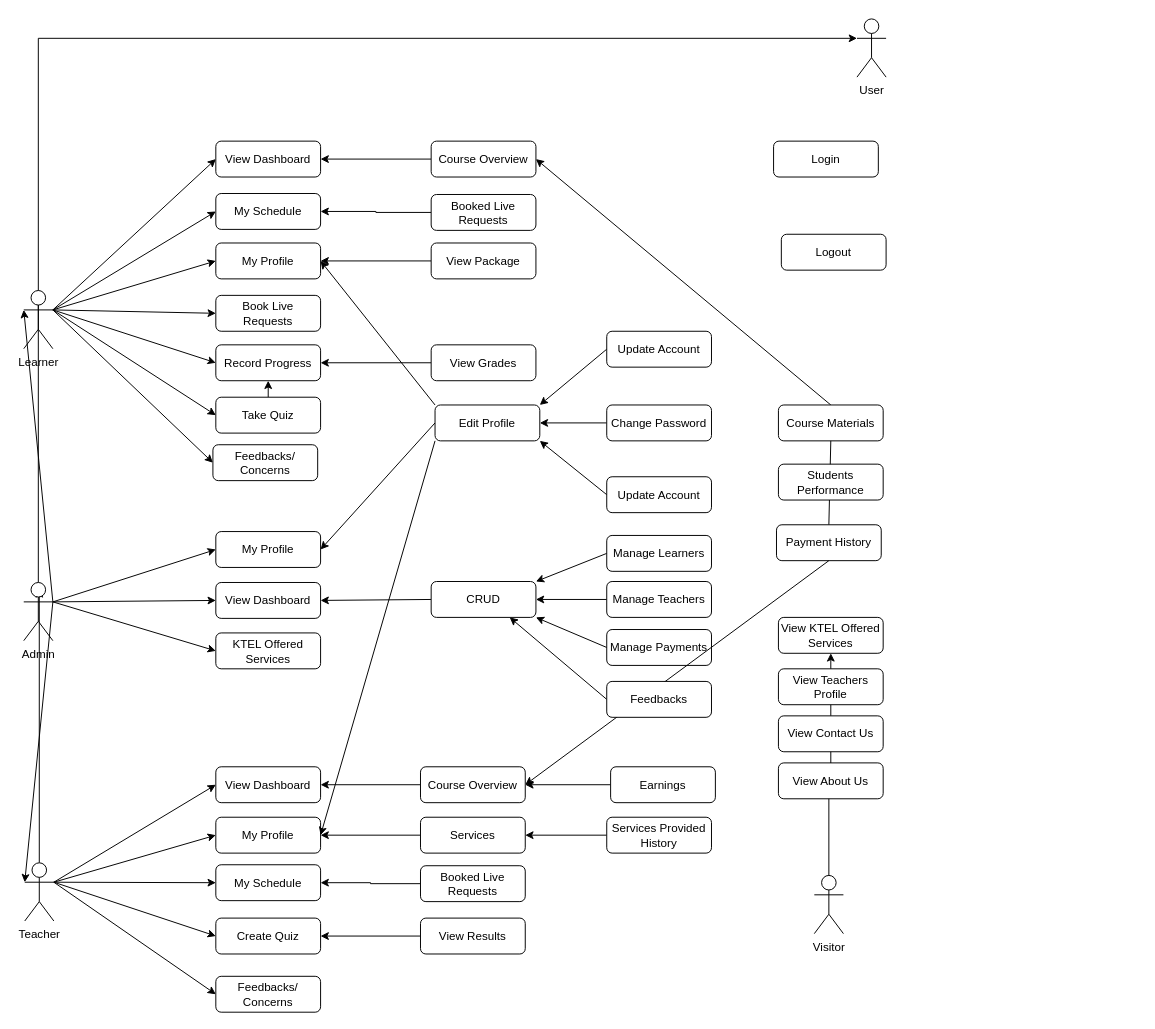
This is page "Use Case Diagram" (11 of 11) of Untitled Diagram.drawio from Nashciong/JavaCodes, a draw.io file, before an edit. Source tidied: cells renumbered, new cells numbered last; positions are measured from the earlier drawing's top-left corner, leaving out a move shared by most shapes. Both pictures are drawn from the tidied source at 97%, with x=0, y=0 at pixel (23, 18).
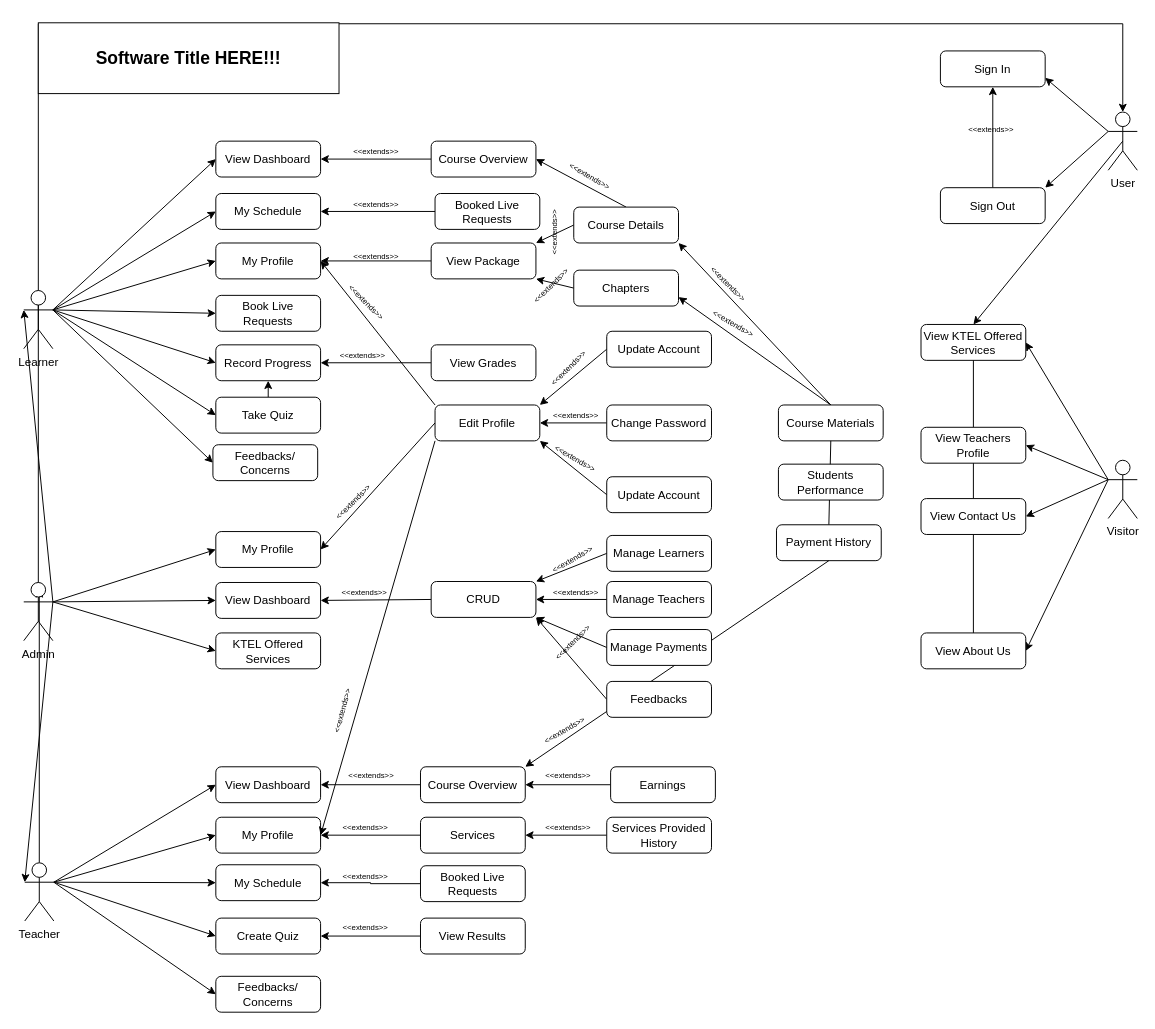
Above is the later version.

Unchanged cells that the change refers to:
```xml
<mxCell id="46" value="CRUD" style="rounded=1;whiteSpace=wrap;html=1;" parent="1" vertex="1">
  <mxGeometry x="420" y="580" width="108" height="37" as="geometry" />
</mxCell>
<mxCell id="59" value="Course Overview" style="rounded=1;whiteSpace=wrap;html=1;" parent="1" vertex="1">
  <mxGeometry x="420" y="126" width="108" height="37" as="geometry" />
</mxCell>
<mxCell id="60" value="Course Materials" style="rounded=1;whiteSpace=wrap;html=1;" parent="1" vertex="1">
  <mxGeometry x="778" y="398" width="108" height="37" as="geometry" />
</mxCell>
<mxCell id="63" value="Payment History" style="rounded=1;whiteSpace=wrap;html=1;" parent="1" vertex="1">
  <mxGeometry x="776" y="521.5" width="108" height="37" as="geometry" />
</mxCell>
<mxCell id="66" value="Course Overview" style="rounded=1;whiteSpace=wrap;html=1;" parent="1" vertex="1">
  <mxGeometry x="409" y="771" width="108" height="37" as="geometry" />
</mxCell>
<mxCell id="71" value="View Package" style="rounded=1;whiteSpace=wrap;html=1;" parent="1" vertex="1">
  <mxGeometry x="420" y="231" width="108" height="37" as="geometry" />
</mxCell>
<mxCell id="90" value="Feedbacks" style="rounded=1;whiteSpace=wrap;html=1;" parent="1" vertex="1">
  <mxGeometry x="601" y="683" width="108" height="37" as="geometry" />
</mxCell>
<mxCell id="93" value="Admin" style="shape=umlActor;verticalLabelPosition=bottom;verticalAlign=top;html=1;outlineConnect=0;" parent="1" vertex="1">
  <mxGeometry y="581" width="30" height="60" as="geometry" />
</mxCell>
```

Diff of the diagram source:
```diff
@@
+    <mxCell id="95" style="edgeStyle=orthogonalEdgeStyle;rounded=0;jettySize=auto;html=1;exitX=0.5;exitY=0;exitDx=0;exitDy=0;entryX=0.5;entryY=1;entryDx=0;entryDy=0;" parent="1" edge="1" source="92" target="91">
+      <mxGeometry relative="1" as="geometry" />
+    </mxCell>
+    <mxCell id="96" style="endArrow=none;html=1;rounded=0;exitX=0.5;exitY=1;exitDx=0;exitDy=0;entryX=0.5;entryY=0;entryDx=0;entryDy=0;" parent="1" edge="1" source="75" target="76">
+      <mxGeometry relative="1" as="geometry" />
+    </mxCell>
+    <mxCell id="72" style="rounded=0;jettySize=auto;html=1;exitX=0;exitY=0.3333333333333333;exitDx=0;exitDy=0;exitPerimeter=0;entryX=1;entryY=0.5;entryDx=0;entryDy=0;" parent="1" edge="1" source="2" target="73">
+      <mxGeometry relative="1" as="geometry" />
+    </mxCell>
+    <mxCell id="97" style="rounded=0;jettySize=auto;html=1;exitX=0;exitY=0.3333333333333333;exitDx=0;exitDy=0;exitPerimeter=0;entryX=1;entryY=0.5;entryDx=0;entryDy=0;" parent="1" edge="1" source="2" target="74">
+      <mxGeometry relative="1" as="geometry" />
+    </mxCell>
+    <mxCell id="98" style="rounded=0;jettySize=auto;html=1;exitX=0;exitY=0.3333333333333333;exitDx=0;exitDy=0;exitPerimeter=0;entryX=1;entryY=0.5;entryDx=0;entryDy=0;" parent="1" edge="1" source="2" target="75">
+      <mxGeometry relative="1" as="geometry" />
+    </mxCell>
+    <mxCell id="99" style="rounded=0;jettySize=auto;html=1;exitX=0;exitY=0.3333333333333333;exitDx=0;exitDy=0;exitPerimeter=0;entryX=1;entryY=0.5;entryDx=0;entryDy=0;" parent="1" edge="1" source="2" target="76">
+      <mxGeometry relative="1" as="geometry" />
+    </mxCell>
     <mxCell id="2" value="Visitor" style="shape=umlActor;verticalLabelPosition=bottom;verticalAlign=top;html=1;outlineConnect=0;" parent="1" vertex="1">
-      <mxGeometry x="815" y="883" width="30" height="60" as="geometry" />
+      <mxGeometry x="1118" y="455" width="30" height="60" as="geometry" />
     </mxCell>
@@
-    <mxCell id="13" style="edgeStyle=orthogonalEdgeStyle;rounded=0;jettySize=auto;html=1;exitX=0.5;exitY=0;exitDx=0;exitDy=0;exitPerimeter=0;entryX=0;entryY=0.3333333333333333;entryDx=0;entryDy=0;entryPerimeter=0;" parent="1" edge="1" source="93" target="94">
-      <mxGeometry relative="1" as="geometry" />
+    <mxCell id="13" style="edgeStyle=orthogonalEdgeStyle;rounded=0;jettySize=auto;html=1;exitX=0.5;exitY=0;exitDx=0;exitDy=0;exitPerimeter=0;entryX=0.5;entryY=0;entryDx=0;entryDy=0;entryPerimeter=0;" parent="1" edge="1" target="94">
+      <mxGeometry relative="1" as="geometry">
+        <mxPoint x="15" y="582" as="sourcePoint" />
+        <Array as="points">
+          <mxPoint x="15" y="5" />
+          <mxPoint x="1133" y="5" />
+        </Array>
+      </mxGeometry>
     </mxCell>
@@
-    <mxCell id="50" value="Manage Payments" style="rounded=1;whiteSpace=wrap;html=1;" parent="1" vertex="1">
-      <mxGeometry x="601" y="629.5" width="108" height="37" as="geometry" />
-    </mxCell>
@@
-    <mxCell id="58" style="rounded=0;jettySize=auto;html=1;exitX=0.5;exitY=0;exitDx=0;exitDy=0;entryX=1;entryY=0.5;entryDx=0;entryDy=0;" parent="1" edge="1" source="60" target="59">
-      <mxGeometry relative="1" as="geometry" />
-    </mxCell>
@@
+    <mxCell id="100" style="rounded=0;jettySize=auto;html=1;exitX=0.5;exitY=0;exitDx=0;exitDy=0;entryX=1;entryY=1;entryDx=0;entryDy=0;" parent="1" edge="1" source="60" target="107">
+      <mxGeometry relative="1" as="geometry" />
+    </mxCell>
+    <mxCell id="101" style="rounded=0;jettySize=auto;html=1;exitX=0.5;exitY=0;exitDx=0;exitDy=0;entryX=1;entryY=0.75;entryDx=0;entryDy=0;" parent="1" edge="1" source="60" target="109">
+      <mxGeometry relative="1" as="geometry" />
+    </mxCell>
@@
+    <mxCell id="65" style="rounded=0;jettySize=auto;html=1;exitX=0.5;exitY=1;exitDx=0;exitDy=0;entryX=1;entryY=0;entryDx=0;entryDy=0;" parent="1" edge="1" source="63" target="66">
+      <mxGeometry relative="1" as="geometry" />
+    </mxCell>
@@
-    <mxCell id="65" style="rounded=0;jettySize=auto;html=1;exitX=0.5;exitY=1;exitDx=0;exitDy=0;entryX=1;entryY=0.5;entryDx=0;entryDy=0;" parent="1" edge="1" source="63" target="66">
-      <mxGeometry relative="1" as="geometry" />
-    </mxCell>
@@
-    <mxCell id="72" style="edgeStyle=orthogonalEdgeStyle;rounded=0;jettySize=auto;html=1;exitX=0.5;exitY=0;exitDx=0;exitDy=0;entryX=0.5;entryY=1;entryDx=0;entryDy=0;exitPerimeter=0;" parent="1" edge="1" source="2" target="73">
-      <mxGeometry relative="1" as="geometry" />
-    </mxCell>
+    <mxCell id="102" style="rounded=0;jettySize=auto;html=1;exitX=0.5;exitY=0.5;exitDx=0;exitDy=0;entryX=0.5;entryY=0;entryDx=0;entryDy=0;exitPerimeter=0;" parent="1" edge="1" source="94" target="73">
+      <mxGeometry relative="1" as="geometry" />
+    </mxCell>
     <mxCell id="73" value="View KTEL Offered Services" style="rounded=1;whiteSpace=wrap;html=1;" parent="1" vertex="1">
-      <mxGeometry x="778" y="617" width="108" height="37" as="geometry" />
+      <mxGeometry x="925" y="315" width="108" height="37" as="geometry" />
     </mxCell>
-    <mxCell id="74" value="View Teachers Profile" style="rounded=1;whiteSpace=wrap;html=1;" parent="1" vertex="1">
-      <mxGeometry x="778" y="670" width="108" height="37" as="geometry" />
-    </mxCell>
-    <mxCell id="75" value="View Contact Us" style="rounded=1;whiteSpace=wrap;html=1;" parent="1" vertex="1">
-      <mxGeometry x="778" y="718.5" width="108" height="37" as="geometry" />
-    </mxCell>
     <mxCell id="76" value="View About Us" style="rounded=1;whiteSpace=wrap;html=1;" parent="1" vertex="1">
-      <mxGeometry x="778" y="767" width="108" height="37" as="geometry" />
+      <mxGeometry x="925" y="633" width="108" height="37" as="geometry" />
     </mxCell>
@@
     <mxCell id="78" value="Booked Live Requests" style="rounded=1;whiteSpace=wrap;html=1;" parent="1" vertex="1">
-      <mxGeometry x="420" y="181" width="108" height="37" as="geometry" />
+      <mxGeometry x="424" y="180" width="108" height="37" as="geometry" />
     </mxCell>
@@
-    <mxCell id="89" style="rounded=0;jettySize=auto;html=1;exitX=0;exitY=0.5;exitDx=0;exitDy=0;entryX=0.75;entryY=1;entryDx=0;entryDy=0;" parent="1" edge="1" source="90" target="46">
+    <mxCell id="89" style="rounded=0;jettySize=auto;html=1;exitX=0;exitY=0.5;exitDx=0;exitDy=0;entryX=1;entryY=1;entryDx=0;entryDy=0;" parent="1" edge="1" source="90" target="46">
       <mxGeometry relative="1" as="geometry" />
     </mxCell>
@@
-    <mxCell id="91" value="Login" style="rounded=1;whiteSpace=wrap;html=1;" parent="1" vertex="1">
-      <mxGeometry x="773" y="126" width="108" height="37" as="geometry" />
+    <mxCell id="91" value="Sign In" style="rounded=1;whiteSpace=wrap;html=1;" parent="1" vertex="1">
+      <mxGeometry x="945" y="33" width="108" height="37" as="geometry" />
     </mxCell>
-    <mxCell id="92" value="Logout" style="rounded=1;whiteSpace=wrap;html=1;" parent="1" vertex="1">
-      <mxGeometry x="781" y="222" width="108" height="37" as="geometry" />
+    <mxCell id="92" value="Sign Out" style="rounded=1;whiteSpace=wrap;html=1;" parent="1" vertex="1">
+      <mxGeometry x="945" y="174" width="108" height="37" as="geometry" />
     </mxCell>
@@
+    <mxCell id="103" style="rounded=0;jettySize=auto;html=1;exitX=0;exitY=0.3333333333333333;exitDx=0;exitDy=0;exitPerimeter=0;entryX=1;entryY=0.75;entryDx=0;entryDy=0;" parent="1" edge="1" source="94" target="91">
+      <mxGeometry relative="1" as="geometry" />
+    </mxCell>
+    <mxCell id="104" style="rounded=0;jettySize=auto;html=1;exitX=0;exitY=0.3333333333333333;exitDx=0;exitDy=0;exitPerimeter=0;entryX=1;entryY=0;entryDx=0;entryDy=0;" parent="1" edge="1" source="94" target="92">
+      <mxGeometry relative="1" as="geometry" />
+    </mxCell>
     <mxCell id="94" value="User" style="shape=umlActor;verticalLabelPosition=bottom;verticalAlign=top;html=1;outlineConnect=0;" parent="1" vertex="1">
-      <mxGeometry x="859" width="30" height="60" as="geometry" />
+      <mxGeometry x="1118" y="96" width="30" height="60" as="geometry" />
     </mxCell>
+    <mxCell id="50" value="Manage Payments" style="rounded=1;whiteSpace=wrap;html=1;" parent="1" vertex="1">
+      <mxGeometry x="601" y="629.5" width="108" height="37" as="geometry" />
+    </mxCell>
+    <mxCell id="105" style="rounded=0;jettySize=auto;html=1;exitX=0;exitY=0.5;exitDx=0;exitDy=0;entryX=1;entryY=0;entryDx=0;entryDy=0;" parent="1" edge="1" source="107" target="71">
+      <mxGeometry relative="1" as="geometry" />
+    </mxCell>
+    <mxCell id="106" style="rounded=0;jettySize=auto;html=1;exitX=0.5;exitY=0;exitDx=0;exitDy=0;entryX=1;entryY=0.5;entryDx=0;entryDy=0;" parent="1" edge="1" source="107" target="59">
+      <mxGeometry relative="1" as="geometry" />
+    </mxCell>
+    <mxCell id="107" value="Course Details" style="rounded=1;whiteSpace=wrap;html=1;" parent="1" vertex="1">
+      <mxGeometry x="567" y="194" width="108" height="37" as="geometry" />
+    </mxCell>
+    <mxCell id="108" style="rounded=0;jettySize=auto;html=1;exitX=0;exitY=0.5;exitDx=0;exitDy=0;entryX=1;entryY=1;entryDx=0;entryDy=0;" parent="1" edge="1" source="109" target="71">
+      <mxGeometry relative="1" as="geometry" />
+    </mxCell>
+    <mxCell id="109" value="Chapters" style="rounded=1;whiteSpace=wrap;html=1;" parent="1" vertex="1">
+      <mxGeometry x="567" y="259" width="108" height="37" as="geometry" />
+    </mxCell>
+    <mxCell id="110" style="endArrow=none;html=1;rounded=0;exitX=0.5;exitY=1;exitDx=0;exitDy=0;entryX=0.5;entryY=0;entryDx=0;entryDy=0;" parent="1" edge="1" source="73" target="74">
+      <mxGeometry relative="1" as="geometry" />
+    </mxCell>
+    <mxCell id="74" value="View Teachers Profile" style="rounded=1;whiteSpace=wrap;html=1;" parent="1" vertex="1">
+      <mxGeometry x="925" y="421" width="108" height="37" as="geometry" />
+    </mxCell>
+    <mxCell id="111" style="endArrow=none;html=1;rounded=0;exitX=0.5;exitY=1;exitDx=0;exitDy=0;entryX=0.5;entryY=0;entryDx=0;entryDy=0;" parent="1" edge="1" source="74" target="75">
+      <mxGeometry relative="1" as="geometry" />
+    </mxCell>
+    <mxCell id="75" value="View Contact Us" style="rounded=1;whiteSpace=wrap;html=1;" parent="1" vertex="1">
+      <mxGeometry x="925" y="494.5" width="108" height="37" as="geometry" />
+    </mxCell>
+    <mxCell id="112" value="&lt;font style=&quot;font-size: 18px;&quot;&gt;&lt;b&gt;Software Title HERE!!!&lt;/b&gt;&lt;/font&gt;" style="rounded=0;whiteSpace=wrap;html=1;" parent="1" vertex="1">
+      <mxGeometry x="15" y="4" width="310" height="73" as="geometry" />
+    </mxCell>
+    <mxCell id="113" value="&lt;font style=&quot;font-size: 8px;&quot;&gt;&amp;lt;&amp;lt;extends&amp;gt;&amp;gt;&lt;/font&gt;" style="text;html=1;align=center;verticalAlign=middle;strokeColor=none;fillColor=none;" parent="1" vertex="1">
+      <mxGeometry x="964" y="100" width="65" height="26" as="geometry" />
+    </mxCell>
+    <mxCell id="114" value="&lt;font style=&quot;font-size: 8px;&quot;&gt;&amp;lt;&amp;lt;extends&amp;gt;&amp;gt;&lt;/font&gt;" style="text;html=1;align=center;verticalAlign=middle;strokeColor=none;fillColor=none;rotation=45;" parent="1" vertex="1">
+      <mxGeometry x="694" y="259" width="65" height="26" as="geometry" />
+    </mxCell>
+    <mxCell id="115" value="&lt;font style=&quot;font-size: 8px;&quot;&gt;&amp;lt;&amp;lt;extends&amp;gt;&amp;gt;&lt;/font&gt;" style="text;html=1;align=center;verticalAlign=middle;strokeColor=none;fillColor=none;rotation=30;" parent="1" vertex="1">
+      <mxGeometry x="699" y="300" width="65" height="26" as="geometry" />
+    </mxCell>
+    <mxCell id="116" value="&lt;font style=&quot;font-size: 8px;&quot;&gt;&amp;lt;&amp;lt;extends&amp;gt;&amp;gt;&lt;/font&gt;" style="text;html=1;align=center;verticalAlign=middle;strokeColor=none;fillColor=none;rotation=0;" parent="1" vertex="1">
+      <mxGeometry x="318" y="577" width="65" height="26" as="geometry" />
+    </mxCell>
+    <mxCell id="117" value="&lt;font style=&quot;font-size: 8px;&quot;&gt;&amp;lt;&amp;lt;extends&amp;gt;&amp;gt;&lt;/font&gt;" style="text;html=1;align=center;verticalAlign=middle;strokeColor=none;fillColor=none;rotation=-45;" parent="1" vertex="1">
+      <mxGeometry x="306" y="485" width="65" height="26" as="geometry" />
+    </mxCell>
+    <mxCell id="118" value="&lt;font style=&quot;font-size: 8px;&quot;&gt;&amp;lt;&amp;lt;extends&amp;gt;&amp;gt;&lt;/font&gt;" style="text;html=1;align=center;verticalAlign=middle;strokeColor=none;fillColor=none;rotation=0;" parent="1" vertex="1">
+      <mxGeometry x="316" y="333" width="65" height="26" as="geometry" />
+    </mxCell>
+    <mxCell id="119" value="&lt;font style=&quot;font-size: 8px;&quot;&gt;&amp;lt;&amp;lt;extends&amp;gt;&amp;gt;&lt;/font&gt;" style="text;html=1;align=center;verticalAlign=middle;strokeColor=none;fillColor=none;rotation=45;" parent="1" vertex="1">
+      <mxGeometry x="321" y="278" width="65" height="26" as="geometry" />
+    </mxCell>
+    <mxCell id="120" value="&lt;font style=&quot;font-size: 8px;&quot;&gt;&amp;lt;&amp;lt;extends&amp;gt;&amp;gt;&lt;/font&gt;" style="text;html=1;align=center;verticalAlign=middle;strokeColor=none;fillColor=none;rotation=0;" parent="1" vertex="1">
+      <mxGeometry x="330" y="231" width="65" height="26" as="geometry" />
+    </mxCell>
+    <mxCell id="121" value="&lt;font style=&quot;font-size: 8px;&quot;&gt;&amp;lt;&amp;lt;extends&amp;gt;&amp;gt;&lt;/font&gt;" style="text;html=1;align=center;verticalAlign=middle;strokeColor=none;fillColor=none;rotation=0;" parent="1" vertex="1">
+      <mxGeometry x="330" y="177" width="65" height="26" as="geometry" />
+    </mxCell>
+    <mxCell id="122" value="&lt;font style=&quot;font-size: 8px;&quot;&gt;&amp;lt;&amp;lt;extends&amp;gt;&amp;gt;&lt;/font&gt;" style="text;html=1;align=center;verticalAlign=middle;strokeColor=none;fillColor=none;rotation=0;" parent="1" vertex="1">
+      <mxGeometry x="330" y="123" width="65" height="26" as="geometry" />
+    </mxCell>
+    <mxCell id="123" value="&lt;font style=&quot;font-size: 8px;&quot;&gt;&amp;lt;&amp;lt;extends&amp;gt;&amp;gt;&lt;/font&gt;" style="text;html=1;align=center;verticalAlign=middle;strokeColor=none;fillColor=none;rotation=-75;" parent="1" vertex="1">
+      <mxGeometry x="295" y="701" width="65" height="26" as="geometry" />
+    </mxCell>
+    <mxCell id="124" value="&lt;font style=&quot;font-size: 8px;&quot;&gt;&amp;lt;&amp;lt;extends&amp;gt;&amp;gt;&lt;/font&gt;" style="text;html=1;align=center;verticalAlign=middle;strokeColor=none;fillColor=none;rotation=0;" parent="1" vertex="1">
+      <mxGeometry x="325" y="766" width="65" height="26" as="geometry" />
+    </mxCell>
+    <mxCell id="125" value="&lt;font style=&quot;font-size: 8px;&quot;&gt;&amp;lt;&amp;lt;extends&amp;gt;&amp;gt;&lt;/font&gt;" style="text;html=1;align=center;verticalAlign=middle;strokeColor=none;fillColor=none;rotation=0;" parent="1" vertex="1">
+      <mxGeometry x="319" y="820" width="65" height="26" as="geometry" />
+    </mxCell>
+    <mxCell id="126" value="&lt;font style=&quot;font-size: 8px;&quot;&gt;&amp;lt;&amp;lt;extends&amp;gt;&amp;gt;&lt;/font&gt;" style="text;html=1;align=center;verticalAlign=middle;strokeColor=none;fillColor=none;rotation=0;" parent="1" vertex="1">
+      <mxGeometry x="319" y="870" width="65" height="26" as="geometry" />
+    </mxCell>
+    <mxCell id="127" value="&lt;font style=&quot;font-size: 8px;&quot;&gt;&amp;lt;&amp;lt;extends&amp;gt;&amp;gt;&lt;/font&gt;" style="text;html=1;align=center;verticalAlign=middle;strokeColor=none;fillColor=none;rotation=0;" parent="1" vertex="1">
+      <mxGeometry x="319" y="923" width="65" height="26" as="geometry" />
+    </mxCell>
+    <mxCell id="128" value="&lt;font style=&quot;font-size: 8px;&quot;&gt;&amp;lt;&amp;lt;extends&amp;gt;&amp;gt;&lt;/font&gt;" style="text;html=1;align=center;verticalAlign=middle;strokeColor=none;fillColor=none;rotation=0;" parent="1" vertex="1">
+      <mxGeometry x="528" y="766" width="65" height="26" as="geometry" />
+    </mxCell>
+    <mxCell id="129" value="&lt;font style=&quot;font-size: 8px;&quot;&gt;&amp;lt;&amp;lt;extends&amp;gt;&amp;gt;&lt;/font&gt;" style="text;html=1;align=center;verticalAlign=middle;strokeColor=none;fillColor=none;rotation=0;" parent="1" vertex="1">
+      <mxGeometry x="528" y="820" width="65" height="26" as="geometry" />
+    </mxCell>
+    <mxCell id="130" value="&lt;font style=&quot;font-size: 8px;&quot;&gt;&amp;lt;&amp;lt;extends&amp;gt;&amp;gt;&lt;/font&gt;" style="text;html=1;align=center;verticalAlign=middle;strokeColor=none;fillColor=none;rotation=-30;" parent="1" vertex="1">
+      <mxGeometry x="524" y="720" width="65" height="26" as="geometry" />
+    </mxCell>
+    <mxCell id="131" value="&lt;font style=&quot;font-size: 8px;&quot;&gt;&amp;lt;&amp;lt;extends&amp;gt;&amp;gt;&lt;/font&gt;" style="text;html=1;align=center;verticalAlign=middle;strokeColor=none;fillColor=none;rotation=-45;" parent="1" vertex="1">
+      <mxGeometry x="532" y="629.5" width="65" height="26" as="geometry" />
+    </mxCell>
+    <mxCell id="132" value="&lt;font style=&quot;font-size: 8px;&quot;&gt;&amp;lt;&amp;lt;extends&amp;gt;&amp;gt;&lt;/font&gt;" style="text;html=1;align=center;verticalAlign=middle;strokeColor=none;fillColor=none;rotation=0;" parent="1" vertex="1">
+      <mxGeometry x="536" y="577" width="65" height="26" as="geometry" />
+    </mxCell>
+    <mxCell id="133" value="&lt;font style=&quot;font-size: 8px;&quot;&gt;&amp;lt;&amp;lt;extends&amp;gt;&amp;gt;&lt;/font&gt;" style="text;html=1;align=center;verticalAlign=middle;strokeColor=none;fillColor=none;rotation=-30;" parent="1" vertex="1">
+      <mxGeometry x="532" y="543.5" width="65" height="26" as="geometry" />
+    </mxCell>
+    <mxCell id="134" value="&lt;font style=&quot;font-size: 8px;&quot;&gt;&amp;lt;&amp;lt;extends&amp;gt;&amp;gt;&lt;/font&gt;" style="text;html=1;align=center;verticalAlign=middle;strokeColor=none;fillColor=none;rotation=0;" parent="1" vertex="1">
+      <mxGeometry x="536" y="395" width="65" height="26" as="geometry" />
+    </mxCell>
+    <mxCell id="135" value="&lt;font style=&quot;font-size: 8px;&quot;&gt;&amp;lt;&amp;lt;extends&amp;gt;&amp;gt;&lt;/font&gt;" style="text;html=1;align=center;verticalAlign=middle;strokeColor=none;fillColor=none;rotation=30;" parent="1" vertex="1">
+      <mxGeometry x="536" y="439" width="65" height="26" as="geometry" />
+    </mxCell>
+    <mxCell id="136" value="&lt;font style=&quot;font-size: 8px;&quot;&gt;&amp;lt;&amp;lt;extends&amp;gt;&amp;gt;&lt;/font&gt;" style="text;html=1;align=center;verticalAlign=middle;strokeColor=none;fillColor=none;rotation=-45;" parent="1" vertex="1">
+      <mxGeometry x="528" y="347" width="65" height="26" as="geometry" />
+    </mxCell>
+    <mxCell id="137" value="&lt;font style=&quot;font-size: 8px;&quot;&gt;&amp;lt;&amp;lt;extends&amp;gt;&amp;gt;&lt;/font&gt;" style="text;html=1;align=center;verticalAlign=middle;strokeColor=none;fillColor=none;rotation=-45;" parent="1" vertex="1">
+      <mxGeometry x="510" y="262" width="65" height="26" as="geometry" />
+    </mxCell>
+    <mxCell id="138" value="&lt;font style=&quot;font-size: 8px;&quot;&gt;&amp;lt;&amp;lt;extends&amp;gt;&amp;gt;&lt;/font&gt;" style="text;html=1;align=center;verticalAlign=middle;strokeColor=none;fillColor=none;rotation=-90;" parent="1" vertex="1">
+      <mxGeometry x="514" y="208" width="65" height="26" as="geometry" />
+    </mxCell>
+    <mxCell id="139" value="&lt;font style=&quot;font-size: 8px;&quot;&gt;&amp;lt;&amp;lt;extends&amp;gt;&amp;gt;&lt;/font&gt;" style="text;html=1;align=center;verticalAlign=middle;strokeColor=none;fillColor=none;rotation=30;" parent="1" vertex="1">
+      <mxGeometry x="551" y="148" width="65" height="26" as="geometry" />
+    </mxCell>
```
